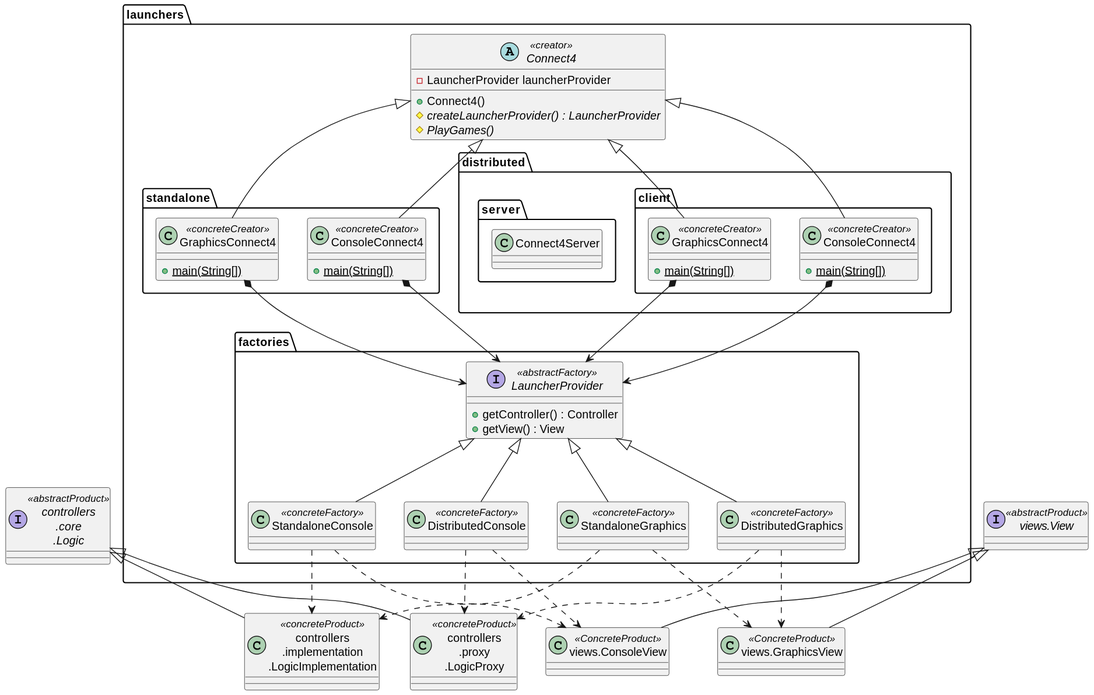
This is out/connect4/Docs/diagrams/src/packages/connect4.connect4/connect4.connect4.svg from js-rom/connect4, a PlantUML export, as it was before one commit. The source it was exported from:
```plantuml
@startuml
interface Logic as "controllers\n.core\n.Logic" <<abstractProduct>>
class LogicImplementation as "controllers\n.implementation\n.LogicImplementation" <<concreteProduct>>
Logic <|-- LogicImplementation
class LogicProxy as "controllers\n.proxy\n.LogicProxy" <<concreteProduct>>
Logic <|-- LogicProxy

class ConsoleView as "views.ConsoleView" <<ConcreteProduct>>
class GraphicsView as "views.GraphicsView" <<ConcreteProduct>>
interface View as "views.View" <<abstractProduct>>

package "launchers" {

    abstract class launchers.Connect4 <<creator>> {
        - LauncherProvider launcherProvider
        + Connect4()
        # {abstract}createLauncherProvider() : LauncherProvider
        # {abstract} PlayGames()
    }

    package standalone {

        class ConsoleConnect4 <<concreteCreator>> {
            {static}+main(String[])
        }

        class GraphicsConnect4 <<concreteCreator>> {
            {static}+main(String[])
        }

    }

        package distributed {

            package client {
                class ConsoleConnect4 <<concreteCreator>> {
                    {static}+main(String[])
                }

                class GraphicsConnect4 <<concreteCreator>> {
                    {static}+main(String[])
                }


            }
            package server {
                class Connect4Server
            }

    }

    launchers.Connect4 <|-- standalone.ConsoleConnect4
    launchers.Connect4 <|-- standalone.GraphicsConnect4
    launchers.Connect4 <|-- distributed.client.ConsoleConnect4
    launchers.Connect4 <|-- distributed.client.GraphicsConnect4

    package factories {

        interface LauncherProvider <<abstractFactory>> {
            + getController() : Controller
            + getView() : View
        }

        class StandaloneConsole <<concreteFactory>> {}
        class DistributedConsole <<concreteFactory>>
        class StandaloneGraphics <<concreteFactory>>
        class DistributedGraphics <<concreteFactory>>

        LauncherProvider <|-- StandaloneConsole
        LauncherProvider <|-- DistributedConsole
        LauncherProvider <|-- StandaloneGraphics
        LauncherProvider <|-- DistributedGraphics

         View <|-- ConsoleView
         View <|-- GraphicsView

         StandaloneConsole ..> LogicImplementation
         StandaloneConsole ..> ConsoleView

         DistributedConsole ..> LogicProxy
         DistributedConsole ..> ConsoleView

         StandaloneGraphics ..> LogicImplementation
         StandaloneGraphics ..> GraphicsView

         DistributedGraphics ..> LogicProxy
         DistributedGraphics ..> GraphicsView

    }

    standalone.ConsoleConnect4 *--> factories.LauncherProvider
    standalone.GraphicsConnect4 *--> factories.LauncherProvider
    distributed.client.ConsoleConnect4 *--> factories.LauncherProvider
    distributed.client.GraphicsConnect4 *--> factories.LauncherProvider

}
@enduml
```
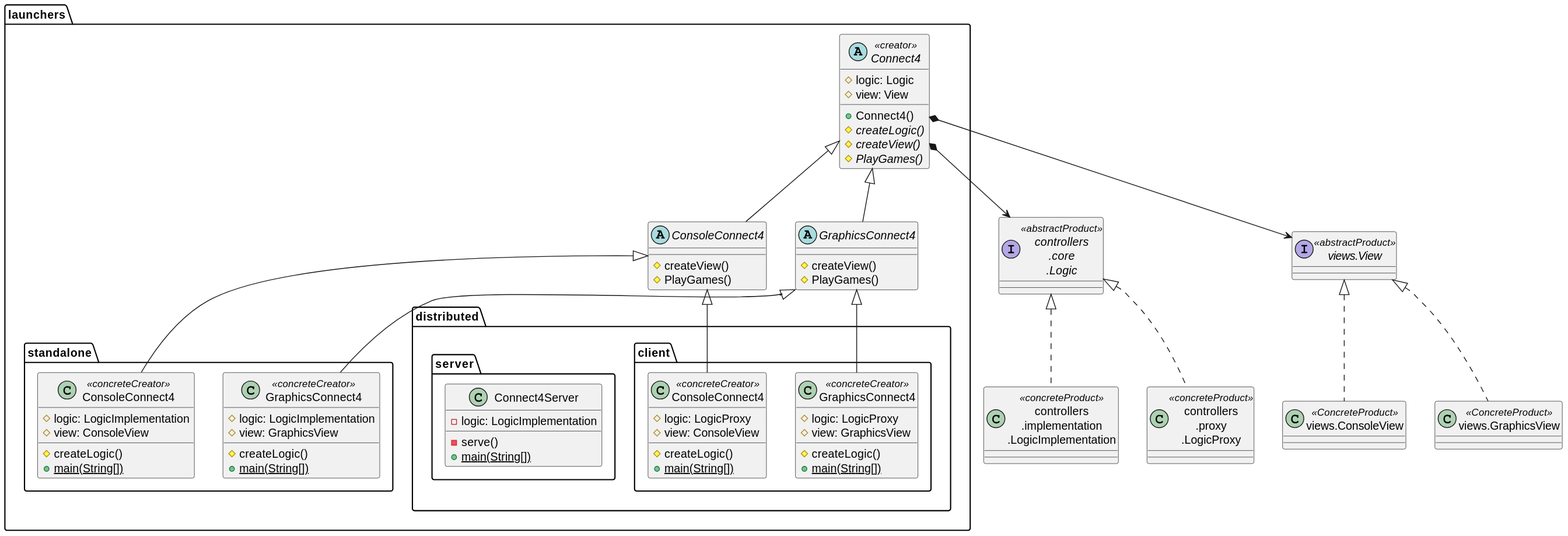
The same diagram one commit later.

Commit message:
refactor: update diagrams for launchers to refactor from abstract facotry to factory methods #7

Change to the diagram source:
```diff
@@ -1,97 +1,96 @@
 @startuml
 interface Logic as "controllers\n.core\n.Logic" <<abstractProduct>>
 class LogicImplementation as "controllers\n.implementation\n.LogicImplementation" <<concreteProduct>>
-Logic <|-- LogicImplementation
+Logic <|.. LogicImplementation
 class LogicProxy as "controllers\n.proxy\n.LogicProxy" <<concreteProduct>>
-Logic <|-- LogicProxy
+Logic <|.. LogicProxy
 
 class ConsoleView as "views.ConsoleView" <<ConcreteProduct>>
 class GraphicsView as "views.GraphicsView" <<ConcreteProduct>>
 interface View as "views.View" <<abstractProduct>>
+View <|.. ConsoleView
+View <|.. GraphicsView
 
 package "launchers" {
 
     abstract class launchers.Connect4 <<creator>> {
-        - LauncherProvider launcherProvider
+        # logic: Logic
+        # view: View
         + Connect4()
-        # {abstract}createLauncherProvider() : LauncherProvider
+        # {abstract}createLogic()
+        # {abstract}createView()
         # {abstract} PlayGames()
     }
+
+    abstract class launchers.ConsoleConnect4  {
+        # createView()
+        # PlayGames()
+    }
+
+    abstract class launchers.GraphicsConnect4 {
+        # createView()
+        # PlayGames()
+    }
+
+    Connect4 <|-- ConsoleConnect4
+    Connect4 <|-- GraphicsConnect4
 
     package standalone {
 
         class ConsoleConnect4 <<concreteCreator>> {
+            # logic: LogicImplementation
+            # view: ConsoleView
+            # createLogic()
             {static}+main(String[])
         }
 
         class GraphicsConnect4 <<concreteCreator>> {
+            # logic: LogicImplementation
+            # view: GraphicsView
+            # createLogic()
             {static}+main(String[])
         }
 
     }
 
+    launchers.ConsoleConnect4 <|-- standalone.ConsoleConnect4
+    launchers.GraphicsConnect4 <|-- standalone.GraphicsConnect4
+
+
         package distributed {
 
             package client {
                 class ConsoleConnect4 <<concreteCreator>> {
+                    # logic: LogicProxy
+                    # view: ConsoleView
+                    # createLogic()
                     {static}+main(String[])
                 }
 
                 class GraphicsConnect4 <<concreteCreator>> {
+                    # logic: LogicProxy
+                    # view: GraphicsView
+                    # createLogic()
                     {static}+main(String[])
                 }
 
 
             }
             package server {
-                class Connect4Server
+                class Connect4Server {
+                    - logic: LogicImplementation
+                    - serve()
+                    {static}+main(String[])
+                }
             }
 
     }
 
-    launchers.Connect4 <|-- standalone.ConsoleConnect4
-    launchers.Connect4 <|-- standalone.GraphicsConnect4
-    launchers.Connect4 <|-- distributed.client.ConsoleConnect4
-    launchers.Connect4 <|-- distributed.client.GraphicsConnect4
-
-    package factories {
-
-        interface LauncherProvider <<abstractFactory>> {
-            + getController() : Controller
-            + getView() : View
-        }
-
-        class StandaloneConsole <<concreteFactory>> {}
-        class DistributedConsole <<concreteFactory>>
-        class StandaloneGraphics <<concreteFactory>>
-        class DistributedGraphics <<concreteFactory>>
-
-        LauncherProvider <|-- StandaloneConsole
-        LauncherProvider <|-- DistributedConsole
-        LauncherProvider <|-- StandaloneGraphics
-        LauncherProvider <|-- DistributedGraphics
-
-         View <|-- ConsoleView
-         View <|-- GraphicsView
-
-         StandaloneConsole ..> LogicImplementation
-         StandaloneConsole ..> ConsoleView
-
-         DistributedConsole ..> LogicProxy
-         DistributedConsole ..> ConsoleView
-
-         StandaloneGraphics ..> LogicImplementation
-         StandaloneGraphics ..> GraphicsView
-
-         DistributedGraphics ..> LogicProxy
-         DistributedGraphics ..> GraphicsView
-
-    }
-
-    standalone.ConsoleConnect4 *--> factories.LauncherProvider
-    standalone.GraphicsConnect4 *--> factories.LauncherProvider
-    distributed.client.ConsoleConnect4 *--> factories.LauncherProvider
-    distributed.client.GraphicsConnect4 *--> factories.LauncherProvider
+    launchers.ConsoleConnect4 <|-- distributed.client.ConsoleConnect4
+    launchers.GraphicsConnect4 <|-- distributed.client.GraphicsConnect4
 
 }
+
+launchers.Connect4 *--> Logic
+launchers.Connect4 *--> View
 @enduml
```
